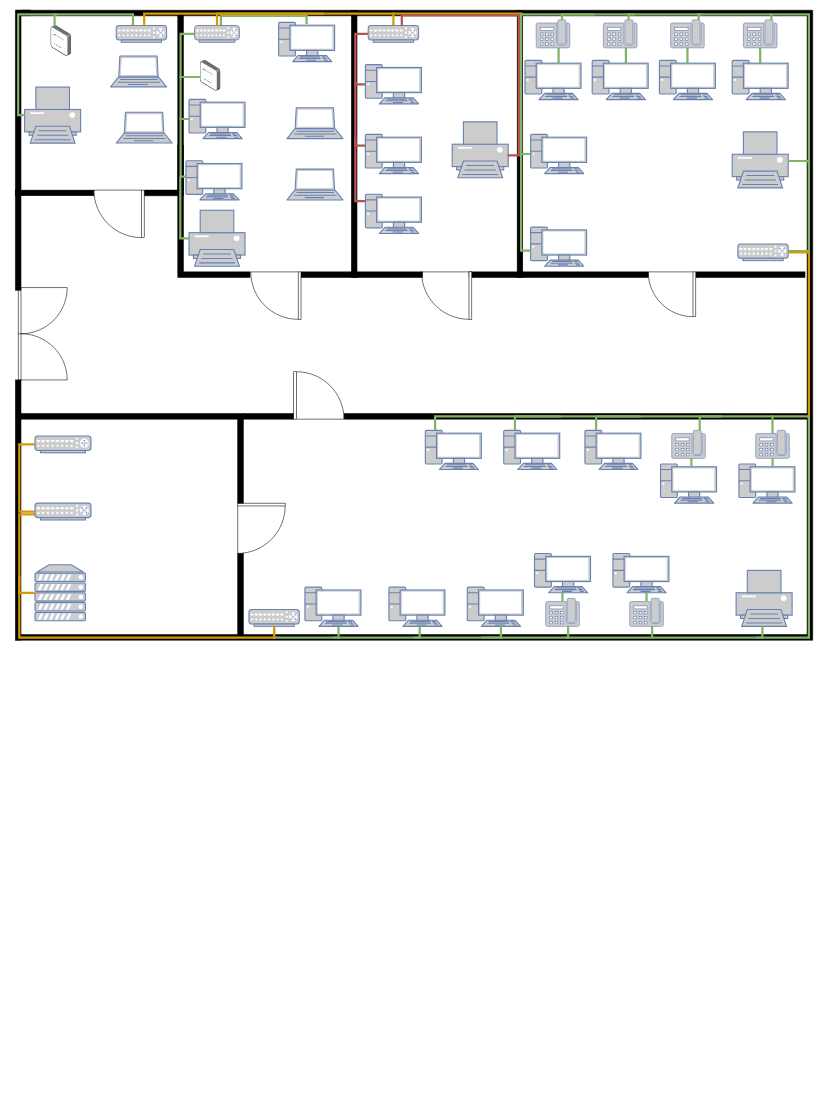
This is Монтажна.drawio from sashasdsd/polina, a draw.io file, before an edit. Source tidied: cells renumbered, new cells numbered last; positions are measured from the earlier drawing's top-left corner, leaving out a move shared by most shapes. Both pictures are drawn from the tidied source at 56%, with x=0, y=0 at pixel (-7, -71).
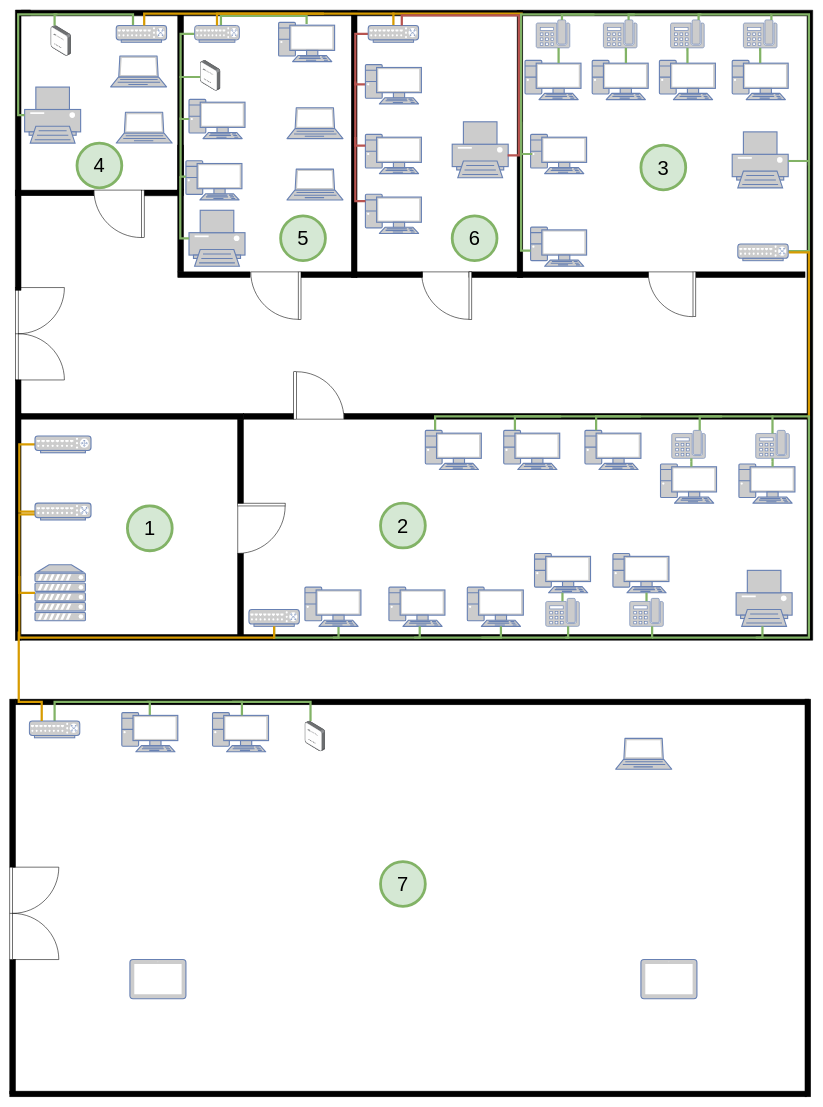
After the change.

Diff of the diagram source:
```diff
@@
     <mxCell id="4" style="verticalLabelPosition=bottom;html=1;verticalAlign=top;align=center;strokeWidth=1;shape=mxgraph.floorplan.doorDouble;rounded=0;shadow=0;comic=0;fontFamily=Verdana;fontSize=12;rotation=-90;" parent="1" vertex="1">
-      <mxGeometry y="684" width="165" height="75" as="geometry" />
+      <mxGeometry x="-5" y="684" width="165" height="75" as="geometry" />
     </mxCell>
@@
+    <mxCell id="124" style="verticalLabelPosition=bottom;html=1;verticalAlign=top;align=center;strokeWidth=1;shape=mxgraph.floorplan.wall;fillColor=#000000;rounded=0;shadow=0;comic=0;fontFamily=Verdana;fontSize=12;" parent="1" vertex="1">
+      <mxGeometry x="40" y="1374" width="1417" height="10" as="geometry" />
+    </mxCell>
+    <mxCell id="125" style="verticalLabelPosition=bottom;html=1;verticalAlign=top;align=center;strokeWidth=1;shape=mxgraph.floorplan.wall;fillColor=#000000;rounded=0;shadow=0;comic=0;fontFamily=Verdana;fontSize=12;direction=south;" parent="1" vertex="1">
+      <mxGeometry x="1450" y="1374" width="10" height="710" as="geometry" />
+    </mxCell>
+    <mxCell id="126" style="verticalLabelPosition=bottom;html=1;verticalAlign=top;align=center;strokeWidth=1;shape=mxgraph.floorplan.wall;fillColor=#000000;rounded=0;shadow=0;comic=0;fontFamily=Verdana;fontSize=12;" parent="1" vertex="1">
+      <mxGeometry x="30" y="2074" width="1423" height="10" as="geometry" />
+    </mxCell>
+    <mxCell id="127" style="verticalLabelPosition=bottom;html=1;verticalAlign=top;align=center;strokeWidth=1;shape=mxgraph.floorplan.wall;fillColor=#000000;rounded=0;shadow=0;comic=0;fontFamily=Verdana;fontSize=12;direction=south;" parent="1" vertex="1">
+      <mxGeometry x="30" y="1839" width="10" height="240" as="geometry" />
+    </mxCell>
+    <mxCell id="128" style="verticalLabelPosition=bottom;html=1;verticalAlign=top;align=center;strokeWidth=1;shape=mxgraph.floorplan.wall;fillColor=#000000;rounded=0;shadow=0;comic=0;fontFamily=Verdana;fontSize=12;direction=south;" parent="1" vertex="1">
+      <mxGeometry x="30" y="1374" width="10" height="300" as="geometry" />
+    </mxCell>
+    <mxCell id="129" style="verticalLabelPosition=bottom;html=1;verticalAlign=top;align=center;strokeWidth=1;shape=mxgraph.floorplan.doorDouble;rounded=0;shadow=0;comic=0;fontFamily=Verdana;fontSize=12;rotation=-90;" parent="1" vertex="1">
+      <mxGeometry x="-15" y="1719" width="165" height="75" as="geometry" />
+    </mxCell>
+    <mxCell id="130" style="edgeStyle=orthogonalEdgeStyle;rounded=0;jettySize=auto;html=1;strokeWidth=4;endArrow=none;endFill=0;fillColor=#d5e8d4;strokeColor=#82b366;entryX=0.5;entryY=0.07;entryDx=0;entryDy=0;entryPerimeter=0;" parent="1" edge="1" source="131" target="133">
+      <mxGeometry relative="1" as="geometry">
+        <Array as="points">
+          <mxPoint x="110" y="1379" />
+          <mxPoint x="280" y="1379" />
+        </Array>
+      </mxGeometry>
+    </mxCell>
+    <mxCell id="131" style="fontColor=#0066CC;verticalAlign=top;verticalLabelPosition=bottom;labelPosition=center;align=center;html=1;outlineConnect=0;fillColor=#CCCCCC;strokeColor=#6881B3;gradientColor=none;gradientDirection=north;strokeWidth=2;shape=mxgraph.networks.switch;" parent="1" vertex="1">
+      <mxGeometry x="65" y="1413" width="90" height="30" as="geometry" />
+    </mxCell>
+    <mxCell id="132" style="image;points=[];html=1;align=center;shadow=0;dashed=0;image=img/lib/allied_telesis/wireless/Access_Point_Indoor.svg;direction=east;" parent="1" vertex="1">
+      <mxGeometry x="557" y="1413" width="36.6" height="54.6" as="geometry" />
+    </mxCell>
+    <mxCell id="133" style="fontColor=#0066CC;verticalAlign=top;verticalLabelPosition=bottom;labelPosition=center;align=center;html=1;outlineConnect=0;fillColor=#CCCCCC;strokeColor=#6881B3;gradientColor=none;gradientDirection=north;strokeWidth=2;shape=mxgraph.networks.pc;" parent="1" vertex="1">
+      <mxGeometry x="230" y="1398" width="100" height="70" as="geometry" />
+    </mxCell>
+    <mxCell id="134" style="fontColor=#0066CC;verticalAlign=top;verticalLabelPosition=bottom;labelPosition=center;align=center;html=1;fillColor=#CCCCCC;strokeColor=#6881B3;gradientColor=none;gradientDirection=north;strokeWidth=2;shape=mxgraph.networks.pc;" parent="1" vertex="1">
+      <mxGeometry x="392" y="1398" width="100" height="70" as="geometry" />
+    </mxCell>
+    <mxCell id="135" style="fontColor=#0066CC;verticalAlign=top;verticalLabelPosition=bottom;labelPosition=center;align=center;html=1;fillColor=#CCCCCC;strokeColor=#6881B3;gradientColor=none;gradientDirection=north;strokeWidth=2;shape=mxgraph.networks.laptop;" parent="1" vertex="1">
+      <mxGeometry x="1112" y="1444" width="100" height="55" as="geometry" />
+    </mxCell>
+    <mxCell id="136" style="fontColor=#0066CC;verticalAlign=top;verticalLabelPosition=bottom;labelPosition=center;align=center;html=1;fillColor=#CCCCCC;strokeColor=#6881B3;gradientColor=none;gradientDirection=north;strokeWidth=2;shape=mxgraph.networks.tablet;" parent="1" vertex="1">
+      <mxGeometry x="244.5" y="1839" width="100" height="70" as="geometry" />
+    </mxCell>
+    <mxCell id="137" style="fontColor=#0066CC;verticalAlign=top;verticalLabelPosition=bottom;labelPosition=center;align=center;html=1;fillColor=#CCCCCC;strokeColor=#6881B3;gradientColor=none;gradientDirection=north;strokeWidth=2;shape=mxgraph.networks.tablet;" parent="1" vertex="1">
+      <mxGeometry x="1157" y="1839" width="100" height="70" as="geometry" />
+    </mxCell>
+    <mxCell id="138" style="edgeStyle=orthogonalEdgeStyle;rounded=0;jettySize=auto;html=1;endArrow=none;endFill=0;fillColor=#ffe6cc;strokeColor=#d79b00;strokeWidth=4;" parent="1" edge="1" target="131">
+      <mxGeometry relative="1" as="geometry">
+        <mxPoint x="47" y="1255" as="sourcePoint" />
+        <Array as="points">
+          <mxPoint x="46" y="1255" />
+          <mxPoint x="46" y="1379" />
+          <mxPoint x="87" y="1379" />
+        </Array>
+      </mxGeometry>
+    </mxCell>
+    <mxCell id="139" style="edgeStyle=orthogonalEdgeStyle;rounded=0;orthogonalLoop=1;jettySize=auto;html=1;strokeWidth=4;endArrow=none;endFill=0;fillColor=#d5e8d4;strokeColor=#82b366;entryX=0.5;entryY=0.07;entryDx=0;entryDy=0;entryPerimeter=0;" parent="1" edge="1">
+      <mxGeometry relative="1" as="geometry">
+        <mxPoint x="307" y="1379" as="sourcePoint" />
+        <mxPoint x="444.5" y="1403" as="targetPoint" />
+        <Array as="points">
+          <mxPoint x="274.5" y="1379" />
+          <mxPoint x="444.5" y="1379" />
+        </Array>
+      </mxGeometry>
+    </mxCell>
+    <mxCell id="140" style="edgeStyle=orthogonalEdgeStyle;rounded=0;jettySize=auto;html=1;strokeWidth=4;endArrow=none;endFill=0;fillColor=#d5e8d4;strokeColor=#82b366;" parent="1" edge="1" target="132">
+      <mxGeometry relative="1" as="geometry">
+        <mxPoint x="426.9" y="1379" as="sourcePoint" />
+        <Array as="points">
+          <mxPoint x="567" y="1379" />
+        </Array>
+      </mxGeometry>
+    </mxCell>
+    <mxCell id="141" value="&lt;font style=&quot;font-size: 36px;&quot;&gt;1&lt;/font&gt;" style="ellipse;whiteSpace=wrap;html=1;fillColor=#d5e8d4;strokeColor=#82b366;strokeWidth=5;" parent="1" vertex="1">
+      <mxGeometry x="240" y="1029" width="80" height="80" as="geometry" />
+    </mxCell>
+    <mxCell id="142" value="&lt;span style=&quot;font-size: 36px;&quot;&gt;2&lt;/span&gt;" style="ellipse;whiteSpace=wrap;html=1;fillColor=#d5e8d4;strokeColor=#82b366;strokeWidth=5;" parent="1" vertex="1">
+      <mxGeometry x="692" y="1024" width="80" height="80" as="geometry" />
+    </mxCell>
+    <mxCell id="143" value="&lt;span style=&quot;font-size: 36px;&quot;&gt;3&lt;/span&gt;" style="ellipse;whiteSpace=wrap;html=1;fillColor=#d5e8d4;strokeColor=#82b366;strokeWidth=5;" parent="1" vertex="1">
+      <mxGeometry x="1157" y="384.5" width="80" height="80" as="geometry" />
+    </mxCell>
+    <mxCell id="144" value="&lt;span style=&quot;font-size: 36px;&quot;&gt;4&lt;/span&gt;" style="ellipse;whiteSpace=wrap;html=1;fillColor=#d5e8d4;strokeColor=#82b366;strokeWidth=5;" parent="1" vertex="1">
+      <mxGeometry x="150" y="381" width="80" height="80" as="geometry" />
+    </mxCell>
+    <mxCell id="145" value="&lt;span style=&quot;font-size: 36px;&quot;&gt;5&lt;/span&gt;" style="ellipse;whiteSpace=wrap;html=1;fillColor=#d5e8d4;strokeColor=#82b366;strokeWidth=5;" parent="1" vertex="1">
+      <mxGeometry x="513.6" y="511" width="80" height="80" as="geometry" />
+    </mxCell>
+    <mxCell id="146" value="&lt;span style=&quot;font-size: 36px;&quot;&gt;6&lt;/span&gt;" style="ellipse;whiteSpace=wrap;html=1;fillColor=#d5e8d4;strokeColor=#82b366;strokeWidth=5;" parent="1" vertex="1">
+      <mxGeometry x="820" y="511" width="80" height="80" as="geometry" />
+    </mxCell>
+    <mxCell id="147" value="&lt;span style=&quot;font-size: 36px;&quot;&gt;7&lt;/span&gt;" style="ellipse;whiteSpace=wrap;html=1;fillColor=#d5e8d4;strokeColor=#82b366;strokeWidth=5;" parent="1" vertex="1">
+      <mxGeometry x="692" y="1664" width="80" height="80" as="geometry" />
+    </mxCell>
```
